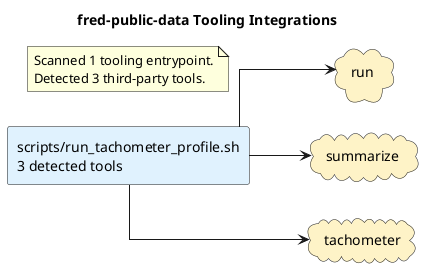
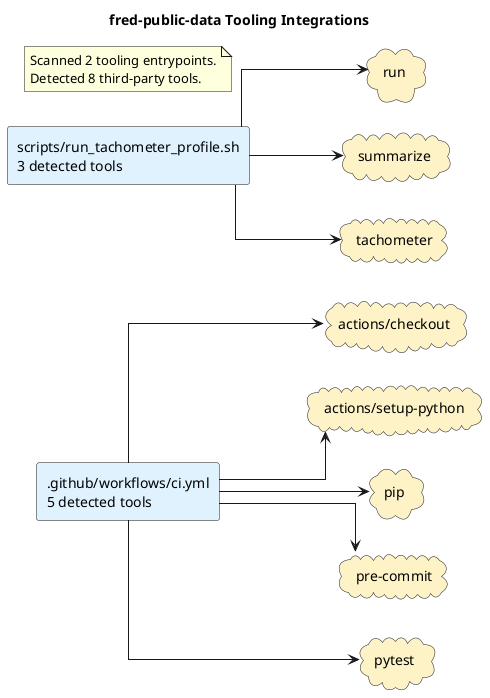
@startuml
title fred-public-data Tooling Integrations
left to right direction
skinparam shadowing false
skinparam defaultFontName Monospace
skinparam componentStyle rectangle
skinparam linetype ortho
+ rectangle ".github/workflows/ci.yml\n5 detected tools" as source_github_workflows_ci_yml #E0F2FE
rectangle "scripts/run_tachometer_profile.sh\n3 detected tools" as source_scripts_run_tachometer_profile_sh #E0F2FE
+ cloud "actions/checkout" as tool_actions_checkout #FEF3C7
+ cloud "actions/setup-python" as tool_actions_setup_python #FEF3C7
+ cloud "pip" as tool_pip #FEF3C7
+ cloud "pre-commit" as tool_pre_commit #FEF3C7
+ cloud "pytest" as tool_pytest #FEF3C7
cloud "run" as tool_run #FEF3C7
cloud "summarize" as tool_summarize #FEF3C7
cloud "tachometer" as tool_tachometer #FEF3C7
+ source_github_workflows_ci_yml --> tool_actions_checkout
+ source_github_workflows_ci_yml --> tool_actions_setup_python
+ source_github_workflows_ci_yml --> tool_pip
+ source_github_workflows_ci_yml --> tool_pre_commit
+ source_github_workflows_ci_yml --> tool_pytest
source_scripts_run_tachometer_profile_sh --> tool_run
source_scripts_run_tachometer_profile_sh --> tool_summarize
source_scripts_run_tachometer_profile_sh --> tool_tachometer
note as toolingGraphSummary
- Scanned 1 tooling entrypoint.
- Detected 3 third-party tools.
+ Scanned 2 tooling entrypoints.
+ Detected 8 third-party tools.
end note
@enduml
